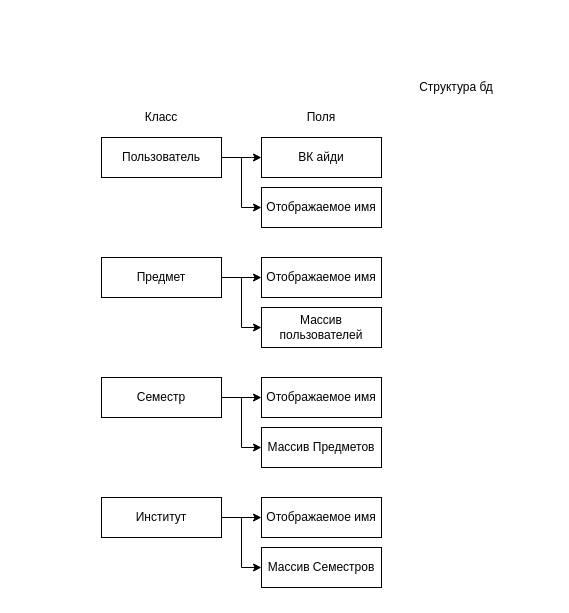
This is page "Структура БД" (2 of 2) of Untitled Diagram.drawio from DmitryTsikalovsky/ChatBotVk, a draw.io file, before an edit. Source tidied: cells renumbered, new cells numbered last; positions are measured from the earlier drawing's top-left corner, leaving out a move shared by most shapes. Both pictures are drawn from the tidied source at 100%, with x=0, y=0 at pixel (101, 77).
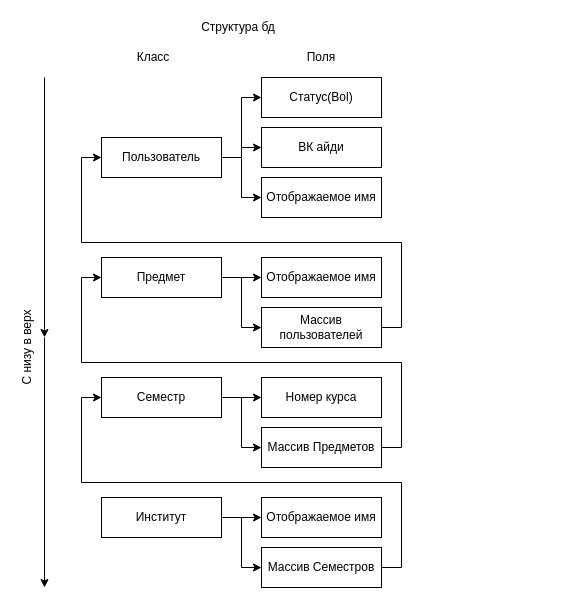
The same page after the edit.

The change refers to these unchanged cells:
```xml
<mxCell id="5" value="Пользователь" style="rounded=0;whiteSpace=wrap;html=1;" parent="1" vertex="1">
  <mxGeometry y="60" width="120" height="40" as="geometry" />
</mxCell>
<mxCell id="12" value="Предмет" style="rounded=0;whiteSpace=wrap;html=1;" parent="1" vertex="1">
  <mxGeometry y="180" width="120" height="40" as="geometry" />
</mxCell>
<mxCell id="14" value="Массив пользователей" style="rounded=0;whiteSpace=wrap;html=1;" parent="1" vertex="1">
  <mxGeometry x="160" y="230" width="120" height="40" as="geometry" />
</mxCell>
<mxCell id="17" value="Семестр" style="rounded=0;whiteSpace=wrap;html=1;" parent="1" vertex="1">
  <mxGeometry y="300" width="120" height="40" as="geometry" />
</mxCell>
<mxCell id="19" value="Массив Предметов" style="rounded=0;whiteSpace=wrap;html=1;" parent="1" vertex="1">
  <mxGeometry x="160" y="350" width="120" height="40" as="geometry" />
</mxCell>
<mxCell id="24" value="Массив Семестров" style="rounded=0;whiteSpace=wrap;html=1;" parent="1" vertex="1">
  <mxGeometry x="160" y="470" width="120" height="40" as="geometry" />
</mxCell>
```

Change to the diagram source:
```diff
@@
     <mxCell id="2" value="Структура бд" style="text;html=1;strokeColor=none;fillColor=none;align=center;verticalAlign=middle;whiteSpace=wrap;rounded=0;" parent="1" vertex="1">
-      <mxGeometry x="260" width="190" height="20" as="geometry" />
+      <mxGeometry x="42" y="-60" width="190" height="20" as="geometry" />
     </mxCell>
+    <mxCell id="4" style="edgeStyle=orthogonalEdgeStyle;rounded=0;jettySize=auto;html=1;entryX=0;entryY=0.5;entryDx=0;entryDy=0;" parent="1" edge="1" source="5" target="7">
+      <mxGeometry relative="1" as="geometry" />
+    </mxCell>
+    <mxCell id="25" style="edgeStyle=orthogonalEdgeStyle;rounded=0;jettySize=auto;html=1;entryX=0;entryY=0.5;entryDx=0;entryDy=0;" parent="1" edge="1" source="5" target="32">
+      <mxGeometry relative="1" as="geometry" />
+    </mxCell>
-    <mxCell id="3" style="edgeStyle=orthogonalEdgeStyle;rounded=0;jettySize=auto;html=1;exitX=1;exitY=0.5;exitDx=0;exitDy=0;" parent="1" edge="1" source="5" target="6">
-      <mxGeometry relative="1" as="geometry">
-        <Array as="points">
-          <mxPoint x="150" y="80" />
-          <mxPoint x="150" y="80" />
-        </Array>
-      </mxGeometry>
+    <mxCell id="3" style="edgeStyle=orthogonalEdgeStyle;rounded=0;jettySize=auto;html=1;entryX=0;entryY=0.5;entryDx=0;entryDy=0;" parent="1" edge="1" source="5" target="6">
+      <mxGeometry relative="1" as="geometry" />
     </mxCell>
-    <mxCell id="4" style="edgeStyle=orthogonalEdgeStyle;rounded=0;jettySize=auto;html=1;entryX=0;entryY=0.5;entryDx=0;entryDy=0;" parent="1" edge="1" source="5" target="7">
-      <mxGeometry relative="1" as="geometry" />
-    </mxCell>
@@
-    <mxCell id="6" value="ВК айди" style="rounded=0;whiteSpace=wrap;html=1;" parent="1" vertex="1">
-      <mxGeometry x="160" y="60" width="120" height="40" as="geometry" />
+    <mxCell id="6" value="Статус(Bol)" style="rounded=0;whiteSpace=wrap;html=1;" parent="1" vertex="1">
+      <mxGeometry x="160" width="120" height="40" as="geometry" />
     </mxCell>
     <mxCell id="7" value="Отображаемое имя" style="rounded=0;whiteSpace=wrap;html=1;" parent="1" vertex="1">
-      <mxGeometry x="160" y="110" width="120" height="40" as="geometry" />
+      <mxGeometry x="160" y="100" width="120" height="40" as="geometry" />
     </mxCell>
     <mxCell id="8" value="Класс" style="text;html=1;strokeColor=none;fillColor=none;align=center;verticalAlign=middle;whiteSpace=wrap;rounded=0;" parent="1" vertex="1">
-      <mxGeometry x="40" y="30" width="40" height="20" as="geometry" />
+      <mxGeometry x="32" y="-30" width="40" height="20" as="geometry" />
     </mxCell>
     <mxCell id="9" value="Поля" style="text;html=1;strokeColor=none;fillColor=none;align=center;verticalAlign=middle;whiteSpace=wrap;rounded=0;" parent="1" vertex="1">
-      <mxGeometry x="200" y="30" width="40" height="20" as="geometry" />
+      <mxGeometry x="200" y="-30" width="40" height="20" as="geometry" />
     </mxCell>
@@
-    <mxCell id="18" value="Отображаемое имя" style="rounded=0;whiteSpace=wrap;html=1;" parent="1" vertex="1">
+    <mxCell id="18" value="Номер курса" style="rounded=0;whiteSpace=wrap;html=1;" parent="1" vertex="1">
       <mxGeometry x="160" y="300" width="120" height="40" as="geometry" />
     </mxCell>
@@
+    <mxCell id="26" style="endArrow=classic;html=1;" parent="1" edge="1">
+      <mxGeometry relative="1" as="geometry">
+        <mxPoint x="-57" as="sourcePoint" />
+        <mxPoint x="-57" y="260" as="targetPoint" />
+      </mxGeometry>
+    </mxCell>
+    <mxCell id="27" style="endArrow=classic;html=1;" parent="1" edge="1">
+      <mxGeometry relative="1" as="geometry">
+        <mxPoint x="-57" y="260" as="sourcePoint" />
+        <mxPoint x="-57" y="510" as="targetPoint" />
+      </mxGeometry>
+    </mxCell>
+    <mxCell id="28" style="edgeStyle=orthogonalEdgeStyle;rounded=0;jettySize=auto;html=1;entryX=0;entryY=0.5;entryDx=0;entryDy=0;exitX=1;exitY=0.5;exitDx=0;exitDy=0;" parent="1" edge="1" source="19" target="12">
+      <mxGeometry relative="1" as="geometry" />
+    </mxCell>
+    <mxCell id="29" value="С низу в верх" style="text;html=1;strokeColor=none;fillColor=none;align=center;verticalAlign=middle;whiteSpace=wrap;rounded=0;rotation=-90;" parent="1" vertex="1">
+      <mxGeometry x="-127" y="260" width="106" height="20" as="geometry" />
+    </mxCell>
+    <mxCell id="30" style="edgeStyle=orthogonalEdgeStyle;rounded=0;jettySize=auto;html=1;exitX=1;exitY=0.5;exitDx=0;exitDy=0;entryX=0;entryY=0.5;entryDx=0;entryDy=0;" parent="1" edge="1" source="14" target="5">
+      <mxGeometry relative="1" as="geometry" />
+    </mxCell>
+    <mxCell id="31" style="edgeStyle=orthogonalEdgeStyle;rounded=0;jettySize=auto;html=1;entryX=0;entryY=0.5;entryDx=0;entryDy=0;exitX=1;exitY=0.5;exitDx=0;exitDy=0;" parent="1" edge="1" source="24" target="17">
+      <mxGeometry relative="1" as="geometry" />
+    </mxCell>
+    <mxCell id="32" value="ВК айди" style="rounded=0;whiteSpace=wrap;html=1;" parent="1" vertex="1">
+      <mxGeometry x="160" y="50" width="120" height="40" as="geometry" />
+    </mxCell>
```
